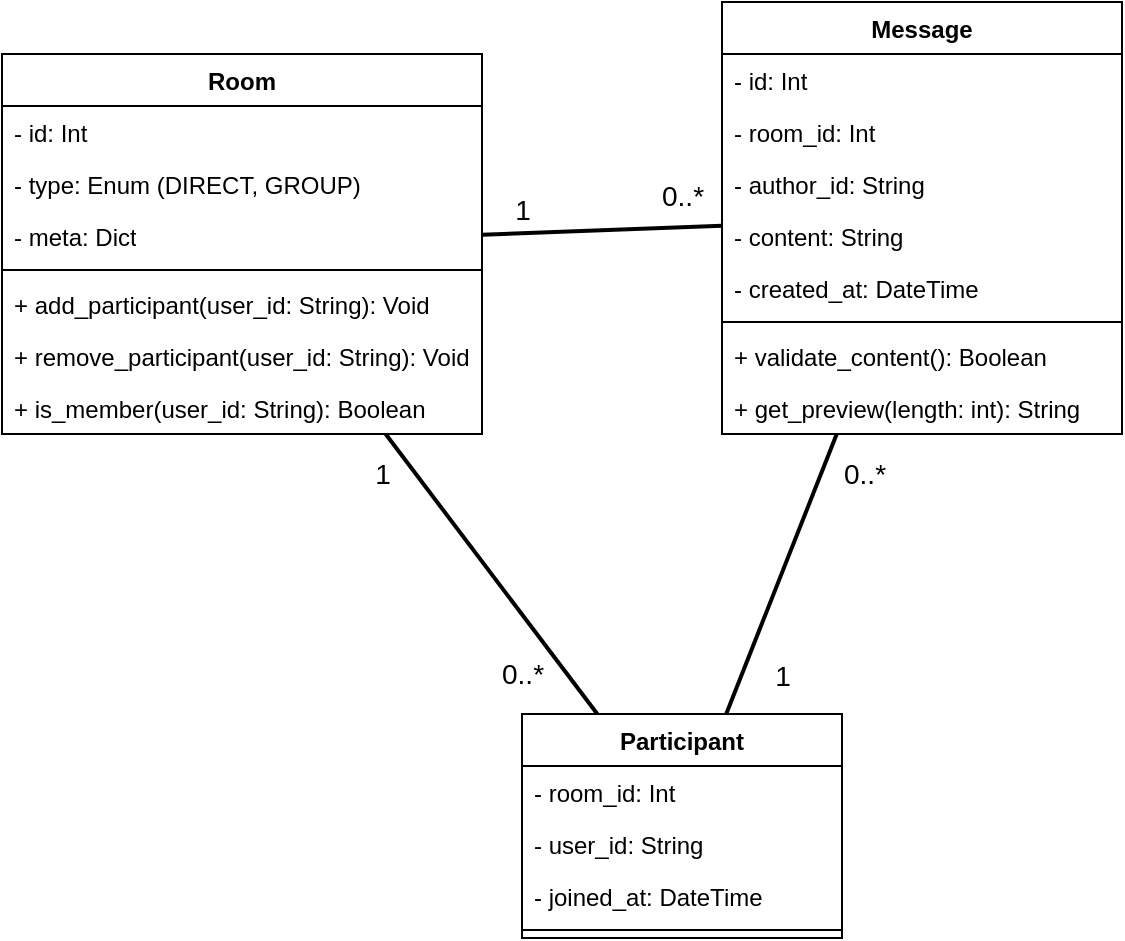
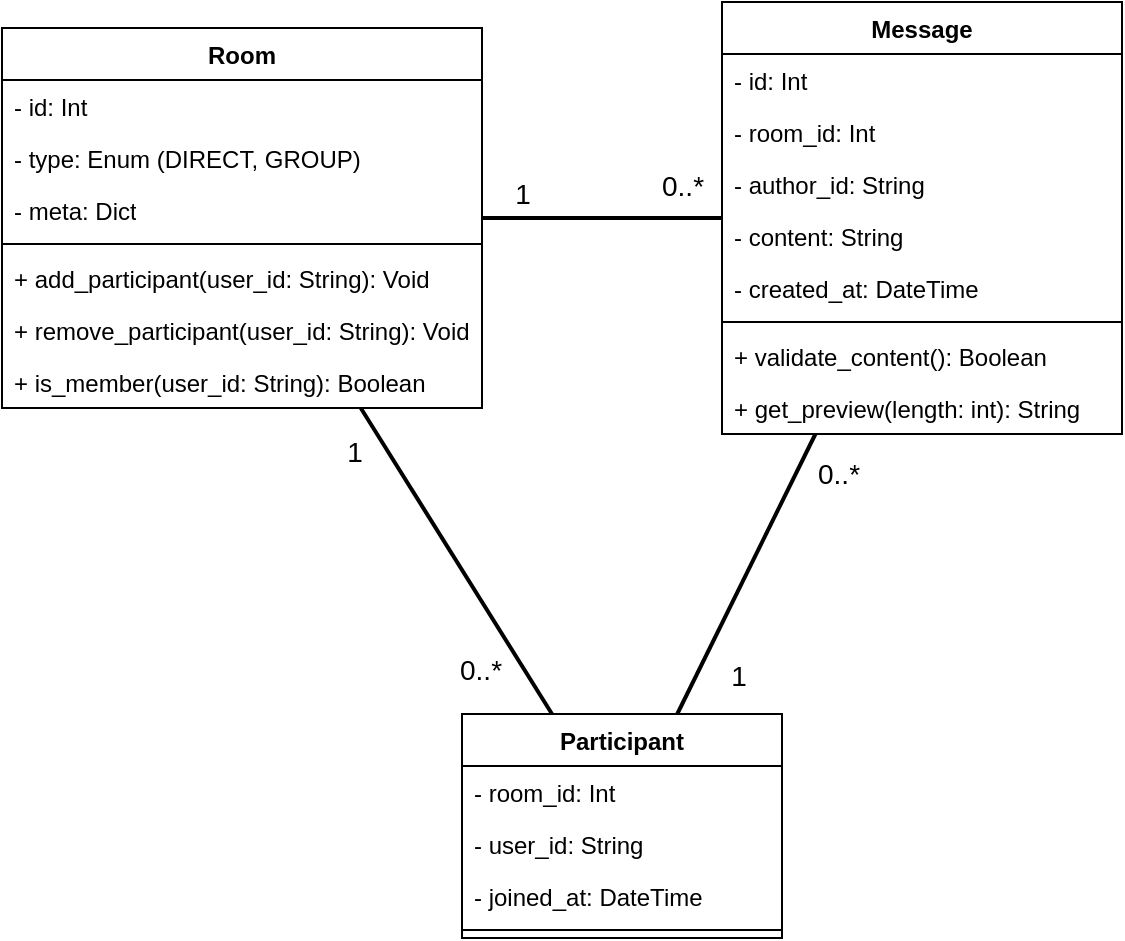
<mxfile host="app.diagrams.net">
  <diagram name="Страница-1" id="v-8ZpGm3nHZSMEocTNi6">
    <mxGraphModel dx="1238" dy="867" grid="1" gridSize="10" guides="1" tooltips="1" connect="1" arrows="1" fold="1" page="1" pageScale="1" pageWidth="827" pageHeight="1169" math="0" shadow="0">
      <root>
        <mxCell id="0" />
        <mxCell id="1" parent="0" />
        <mxCell id="JU-rbmONQTexaCJ6_XQ9-1" parent="1" style="swimlane;fontStyle=1;align=center;verticalAlign=top;childLayout=stackLayout;horizontal=1;startSize=26;horizontalStack=0;resizeParent=1;resizeParentMax=0;resizeLast=0;collapsible=1;marginBottom=0;whiteSpace=wrap;html=1;" value="Message" vertex="1">
          <mxGeometry height="216" width="200" x="490" y="94" as="geometry" />
        </mxCell>
        <mxCell id="JU-rbmONQTexaCJ6_XQ9-15" parent="JU-rbmONQTexaCJ6_XQ9-1" style="text;strokeColor=none;fillColor=none;align=left;verticalAlign=top;spacingLeft=4;spacingRight=4;overflow=hidden;rotatable=0;points=[[0,0.5],[1,0.5]];portConstraint=eastwest;whiteSpace=wrap;html=1;" value="- id: Int" vertex="1">
          <mxGeometry height="26" width="200" y="26" as="geometry" />
        </mxCell>
        <mxCell id="JU-rbmONQTexaCJ6_XQ9-13" parent="JU-rbmONQTexaCJ6_XQ9-1" style="text;strokeColor=none;fillColor=none;align=left;verticalAlign=top;spacingLeft=4;spacingRight=4;overflow=hidden;rotatable=0;points=[[0,0.5],[1,0.5]];portConstraint=eastwest;whiteSpace=wrap;html=1;" value="- room_id: Int" vertex="1">
          <mxGeometry height="26" width="200" y="52" as="geometry" />
        </mxCell>
        <mxCell id="JU-rbmONQTexaCJ6_XQ9-2" parent="JU-rbmONQTexaCJ6_XQ9-1" style="text;strokeColor=none;fillColor=none;align=left;verticalAlign=top;spacingLeft=4;spacingRight=4;overflow=hidden;rotatable=0;points=[[0,0.5],[1,0.5]];portConstraint=eastwest;whiteSpace=wrap;html=1;" value="- author_id: String" vertex="1">
          <mxGeometry height="26" width="200" y="78" as="geometry" />
        </mxCell>
        <mxCell id="JU-rbmONQTexaCJ6_XQ9-16" parent="JU-rbmONQTexaCJ6_XQ9-1" style="text;strokeColor=none;fillColor=none;align=left;verticalAlign=top;spacingLeft=4;spacingRight=4;overflow=hidden;rotatable=0;points=[[0,0.5],[1,0.5]];portConstraint=eastwest;whiteSpace=wrap;html=1;" value="- content: String" vertex="1">
          <mxGeometry height="26" width="200" y="104" as="geometry" />
        </mxCell>
        <mxCell id="JU-rbmONQTexaCJ6_XQ9-18" parent="JU-rbmONQTexaCJ6_XQ9-1" style="text;strokeColor=none;fillColor=none;align=left;verticalAlign=top;spacingLeft=4;spacingRight=4;overflow=hidden;rotatable=0;points=[[0,0.5],[1,0.5]];portConstraint=eastwest;whiteSpace=wrap;html=1;" value="- created_at: DateTime" vertex="1">
          <mxGeometry height="26" width="200" y="130" as="geometry" />
        </mxCell>
        <mxCell id="JU-rbmONQTexaCJ6_XQ9-3" parent="JU-rbmONQTexaCJ6_XQ9-1" style="line;strokeWidth=1;fillColor=none;align=left;verticalAlign=middle;spacingTop=-1;spacingLeft=3;spacingRight=3;rotatable=0;labelPosition=right;points=[];portConstraint=eastwest;strokeColor=inherit;" value="" vertex="1">
          <mxGeometry height="8" width="200" y="156" as="geometry" />
        </mxCell>
        <mxCell id="JU-rbmONQTexaCJ6_XQ9-4" parent="JU-rbmONQTexaCJ6_XQ9-1" style="text;strokeColor=none;fillColor=none;align=left;verticalAlign=top;spacingLeft=4;spacingRight=4;overflow=hidden;rotatable=0;points=[[0,0.5],[1,0.5]];portConstraint=eastwest;whiteSpace=wrap;html=1;" value="+ validate_content(): Boolean" vertex="1">
          <mxGeometry height="26" width="200" y="164" as="geometry" />
        </mxCell>
        <mxCell id="JU-rbmONQTexaCJ6_XQ9-19" parent="JU-rbmONQTexaCJ6_XQ9-1" style="text;strokeColor=none;fillColor=none;align=left;verticalAlign=top;spacingLeft=4;spacingRight=4;overflow=hidden;rotatable=0;points=[[0,0.5],[1,0.5]];portConstraint=eastwest;whiteSpace=wrap;html=1;" value="&lt;div&gt;&lt;span style=&quot;background-color: transparent; color: light-dark(rgb(0, 0, 0), rgb(255, 255, 255));&quot;&gt;+ get_preview(length: int): String&lt;/span&gt;&lt;/div&gt;" vertex="1">
          <mxGeometry height="26" width="200" y="190" as="geometry" />
        </mxCell>
        <mxCell id="JU-rbmONQTexaCJ6_XQ9-5" parent="1" style="swimlane;fontStyle=1;align=center;verticalAlign=top;childLayout=stackLayout;horizontal=1;startSize=26;horizontalStack=0;resizeParent=1;resizeParentMax=0;resizeLast=0;collapsible=1;marginBottom=0;whiteSpace=wrap;html=1;" value="Room" vertex="1">
-           <mxGeometry height="190" width="240" x="130" y="120" as="geometry" />
+           <mxGeometry height="190" width="240" x="130" y="107" as="geometry" />
        </mxCell>
        <mxCell id="JU-rbmONQTexaCJ6_XQ9-20" parent="JU-rbmONQTexaCJ6_XQ9-5" style="text;strokeColor=none;fillColor=none;align=left;verticalAlign=top;spacingLeft=4;spacingRight=4;overflow=hidden;rotatable=0;points=[[0,0.5],[1,0.5]];portConstraint=eastwest;whiteSpace=wrap;html=1;" value="- id: Int" vertex="1">
          <mxGeometry height="26" width="240" y="26" as="geometry" />
        </mxCell>
        <mxCell id="JU-rbmONQTexaCJ6_XQ9-6" parent="JU-rbmONQTexaCJ6_XQ9-5" style="text;strokeColor=none;fillColor=none;align=left;verticalAlign=top;spacingLeft=4;spacingRight=4;overflow=hidden;rotatable=0;points=[[0,0.5],[1,0.5]];portConstraint=eastwest;whiteSpace=wrap;html=1;" value="&lt;div&gt;&lt;span style=&quot;background-color: transparent; color: light-dark(rgb(0, 0, 0), rgb(255, 255, 255));&quot;&gt;- type: Enum (DIRECT, GROUP)&lt;/span&gt;&lt;/div&gt;&lt;div&gt;&lt;br&gt;&lt;/div&gt;" vertex="1">
          <mxGeometry height="26" width="240" y="52" as="geometry" />
        </mxCell>
        <mxCell id="JU-rbmONQTexaCJ6_XQ9-21" parent="JU-rbmONQTexaCJ6_XQ9-5" style="text;strokeColor=none;fillColor=none;align=left;verticalAlign=top;spacingLeft=4;spacingRight=4;overflow=hidden;rotatable=0;points=[[0,0.5],[1,0.5]];portConstraint=eastwest;whiteSpace=wrap;html=1;" value="&lt;div&gt;&lt;span style=&quot;background-color: transparent; color: light-dark(rgb(0, 0, 0), rgb(255, 255, 255));&quot;&gt;- meta: Dict&lt;/span&gt;&lt;/div&gt;" vertex="1">
          <mxGeometry height="26" width="240" y="78" as="geometry" />
        </mxCell>
        <mxCell id="JU-rbmONQTexaCJ6_XQ9-7" parent="JU-rbmONQTexaCJ6_XQ9-5" style="line;strokeWidth=1;fillColor=none;align=left;verticalAlign=middle;spacingTop=-1;spacingLeft=3;spacingRight=3;rotatable=0;labelPosition=right;points=[];portConstraint=eastwest;strokeColor=inherit;" value="" vertex="1">
          <mxGeometry height="8" width="240" y="104" as="geometry" />
        </mxCell>
        <mxCell id="JU-rbmONQTexaCJ6_XQ9-8" parent="JU-rbmONQTexaCJ6_XQ9-5" style="text;strokeColor=none;fillColor=none;align=left;verticalAlign=top;spacingLeft=4;spacingRight=4;overflow=hidden;rotatable=0;points=[[0,0.5],[1,0.5]];portConstraint=eastwest;whiteSpace=wrap;html=1;" value="+ add_participant(user_id: String): Void" vertex="1">
          <mxGeometry height="26" width="240" y="112" as="geometry" />
        </mxCell>
        <mxCell id="JU-rbmONQTexaCJ6_XQ9-22" parent="JU-rbmONQTexaCJ6_XQ9-5" style="text;strokeColor=none;fillColor=none;align=left;verticalAlign=top;spacingLeft=4;spacingRight=4;overflow=hidden;rotatable=0;points=[[0,0.5],[1,0.5]];portConstraint=eastwest;whiteSpace=wrap;html=1;" value="&lt;div&gt;&lt;span style=&quot;background-color: transparent; color: light-dark(rgb(0, 0, 0), rgb(255, 255, 255));&quot;&gt;+ remove_participant(user_id: String): Void&lt;/span&gt;&lt;/div&gt;" vertex="1">
          <mxGeometry height="26" width="240" y="138" as="geometry" />
        </mxCell>
        <mxCell id="JU-rbmONQTexaCJ6_XQ9-23" parent="JU-rbmONQTexaCJ6_XQ9-5" style="text;strokeColor=none;fillColor=none;align=left;verticalAlign=top;spacingLeft=4;spacingRight=4;overflow=hidden;rotatable=0;points=[[0,0.5],[1,0.5]];portConstraint=eastwest;whiteSpace=wrap;html=1;" value="&lt;div&gt;&lt;span style=&quot;background-color: transparent; color: light-dark(rgb(0, 0, 0), rgb(255, 255, 255));&quot;&gt;+ is_member(user_id: String): Boolean&lt;/span&gt;&lt;/div&gt;" vertex="1">
          <mxGeometry height="26" width="240" y="164" as="geometry" />
        </mxCell>
        <mxCell id="JU-rbmONQTexaCJ6_XQ9-9" parent="1" style="swimlane;fontStyle=1;align=center;verticalAlign=top;childLayout=stackLayout;horizontal=1;startSize=26;horizontalStack=0;resizeParent=1;resizeParentMax=0;resizeLast=0;collapsible=1;marginBottom=0;whiteSpace=wrap;html=1;" value="Participant" vertex="1">
-           <mxGeometry height="112" width="160" x="390" y="450" as="geometry" />
+           <mxGeometry height="112" width="160" x="360" y="450" as="geometry" />
        </mxCell>
        <mxCell id="JU-rbmONQTexaCJ6_XQ9-10" parent="JU-rbmONQTexaCJ6_XQ9-9" style="text;strokeColor=none;fillColor=none;align=left;verticalAlign=top;spacingLeft=4;spacingRight=4;overflow=hidden;rotatable=0;points=[[0,0.5],[1,0.5]];portConstraint=eastwest;whiteSpace=wrap;html=1;" value="- room_id: Int" vertex="1">
          <mxGeometry height="26" width="160" y="26" as="geometry" />
        </mxCell>
        <mxCell id="JU-rbmONQTexaCJ6_XQ9-24" parent="JU-rbmONQTexaCJ6_XQ9-9" style="text;strokeColor=none;fillColor=none;align=left;verticalAlign=top;spacingLeft=4;spacingRight=4;overflow=hidden;rotatable=0;points=[[0,0.5],[1,0.5]];portConstraint=eastwest;whiteSpace=wrap;html=1;" value="- user_id: String" vertex="1">
          <mxGeometry height="26" width="160" y="52" as="geometry" />
        </mxCell>
        <mxCell id="JU-rbmONQTexaCJ6_XQ9-25" parent="JU-rbmONQTexaCJ6_XQ9-9" style="text;strokeColor=none;fillColor=none;align=left;verticalAlign=top;spacingLeft=4;spacingRight=4;overflow=hidden;rotatable=0;points=[[0,0.5],[1,0.5]];portConstraint=eastwest;whiteSpace=wrap;html=1;" value="- joined_at: DateTime" vertex="1">
          <mxGeometry height="26" width="160" y="78" as="geometry" />
        </mxCell>
        <mxCell id="JU-rbmONQTexaCJ6_XQ9-11" parent="JU-rbmONQTexaCJ6_XQ9-9" style="line;strokeWidth=1;fillColor=none;align=left;verticalAlign=middle;spacingTop=-1;spacingLeft=3;spacingRight=3;rotatable=0;labelPosition=right;points=[];portConstraint=eastwest;strokeColor=inherit;" value="" vertex="1">
          <mxGeometry height="8" width="160" y="104" as="geometry" />
        </mxCell>
        <mxCell id="JU-rbmONQTexaCJ6_XQ9-26" edge="1" parent="1" source="JU-rbmONQTexaCJ6_XQ9-5" style="endArrow=none;html=1;rounded=0;strokeWidth=2;" target="JU-rbmONQTexaCJ6_XQ9-1" value="">
          <mxGeometry height="50" relative="1" width="50" as="geometry">
            <mxPoint x="450" y="400" as="sourcePoint" />
            <mxPoint x="500" y="350" as="targetPoint" />
          </mxGeometry>
        </mxCell>
        <mxCell id="JU-rbmONQTexaCJ6_XQ9-28" connectable="0" parent="JU-rbmONQTexaCJ6_XQ9-26" style="edgeLabel;html=1;align=center;verticalAlign=middle;resizable=0;points=[];" value="&lt;font style=&quot;font-size: 14px;&quot;&gt;1&lt;/font&gt;" vertex="1">
          <mxGeometry relative="1" x="-0.6497" as="geometry">
            <mxPoint x="-1" y="-12" as="offset" />
          </mxGeometry>
        </mxCell>
        <mxCell id="JU-rbmONQTexaCJ6_XQ9-29" connectable="0" parent="JU-rbmONQTexaCJ6_XQ9-26" style="edgeLabel;html=1;align=center;verticalAlign=middle;resizable=0;points=[];" value="&lt;font style=&quot;font-size: 14px;&quot;&gt;0..*&lt;/font&gt;" vertex="1">
          <mxGeometry relative="1" x="0.7523" y="-1" as="geometry">
            <mxPoint x="-5" y="-17" as="offset" />
          </mxGeometry>
        </mxCell>
        <mxCell id="JU-rbmONQTexaCJ6_XQ9-30" edge="1" parent="1" source="JU-rbmONQTexaCJ6_XQ9-5" style="endArrow=none;html=1;rounded=0;strokeWidth=2;" target="JU-rbmONQTexaCJ6_XQ9-9" value="">
          <mxGeometry height="50" relative="1" width="50" as="geometry">
            <mxPoint x="350" y="354" as="sourcePoint" />
            <mxPoint x="470" y="350" as="targetPoint" />
          </mxGeometry>
        </mxCell>
        <mxCell id="JU-rbmONQTexaCJ6_XQ9-31" connectable="0" parent="JU-rbmONQTexaCJ6_XQ9-30" style="edgeLabel;html=1;align=center;verticalAlign=middle;resizable=0;points=[];" value="&lt;font style=&quot;font-size: 14px;&quot;&gt;1&lt;/font&gt;" vertex="1">
          <mxGeometry relative="1" x="-0.6497" as="geometry">
            <mxPoint x="-20" y="-5" as="offset" />
          </mxGeometry>
        </mxCell>
        <mxCell id="JU-rbmONQTexaCJ6_XQ9-32" connectable="0" parent="JU-rbmONQTexaCJ6_XQ9-30" style="edgeLabel;html=1;align=center;verticalAlign=middle;resizable=0;points=[];" value="&lt;font style=&quot;font-size: 14px;&quot;&gt;0..*&lt;/font&gt;" vertex="1">
          <mxGeometry relative="1" x="0.7523" y="-1" as="geometry">
            <mxPoint x="-24" y="-4" as="offset" />
          </mxGeometry>
        </mxCell>
        <mxCell id="JU-rbmONQTexaCJ6_XQ9-33" edge="1" parent="1" source="JU-rbmONQTexaCJ6_XQ9-9" style="endArrow=none;html=1;rounded=0;strokeWidth=2;" target="JU-rbmONQTexaCJ6_XQ9-1" value="">
          <mxGeometry height="50" relative="1" width="50" as="geometry">
            <mxPoint x="332" y="320" as="sourcePoint" />
            <mxPoint x="438" y="460" as="targetPoint" />
          </mxGeometry>
        </mxCell>
        <mxCell id="JU-rbmONQTexaCJ6_XQ9-34" connectable="0" parent="JU-rbmONQTexaCJ6_XQ9-33" style="edgeLabel;html=1;align=center;verticalAlign=middle;resizable=0;points=[];" value="&lt;font style=&quot;font-size: 14px;&quot;&gt;1&lt;/font&gt;" vertex="1">
          <mxGeometry relative="1" x="-0.6497" as="geometry">
            <mxPoint x="18" y="5" as="offset" />
          </mxGeometry>
        </mxCell>
        <mxCell id="JU-rbmONQTexaCJ6_XQ9-35" connectable="0" parent="JU-rbmONQTexaCJ6_XQ9-33" style="edgeLabel;html=1;align=center;verticalAlign=middle;resizable=0;points=[];" value="&lt;font style=&quot;font-size: 14px;&quot;&gt;0..*&lt;/font&gt;" vertex="1">
          <mxGeometry relative="1" x="0.7523" y="-1" as="geometry">
            <mxPoint x="19" y="2" as="offset" />
          </mxGeometry>
        </mxCell>
      </root>
    </mxGraphModel>
  </diagram>
</mxfile>
